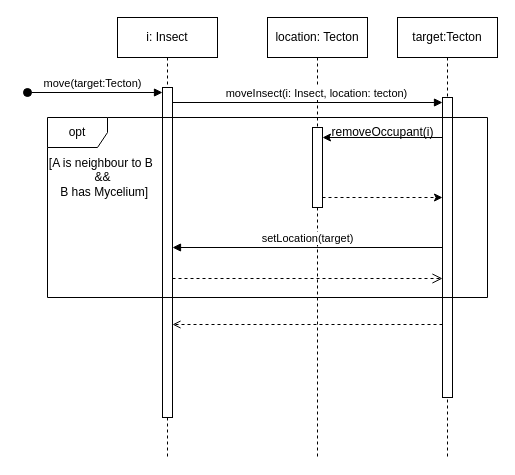
This is page "InsectMove" (9 of 12) of 5_szkeleton_terv/Szekvencia_Diagrammok.drawio from koharzsombor/bandITs, a draw.io file, before an edit. Source tidied: cells renumbered, new cells numbered last; positions are measured from the earlier drawing's top-left corner, leaving out a move shared by most shapes. Both pictures are drawn from the tidied source at 100%, with x=0, y=0 at pixel (27, 17).
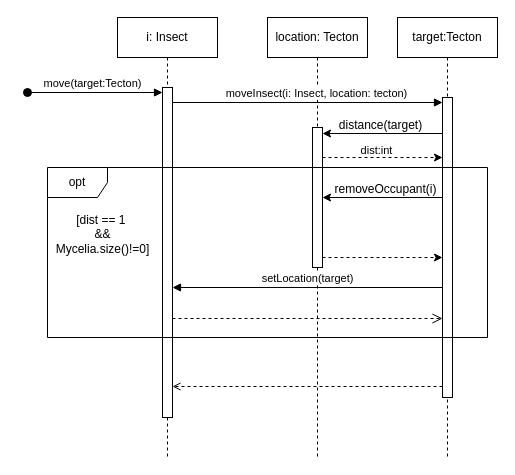
After the change.

Unchanged cells that the change refers to:
```xml
<mxCell id="3" style="html=1;points=[[0,0,0,0,5],[0,1,0,0,-5],[1,0,0,0,5],[1,1,0,0,-5]];perimeter=orthogonalPerimeter;outlineConnect=0;targetShapes=umlLifeline;portConstraint=eastwest;newEdgeStyle={&quot;curved&quot;:0,&quot;rounded&quot;:0};" parent="2" vertex="1">
  <mxGeometry x="45" y="70" width="10" height="330" as="geometry" />
</mxCell>
<mxCell id="5" value="location: Tecton" style="shape=umlLifeline;perimeter=lifelinePerimeter;whiteSpace=wrap;html=1;newEdgeStyle={&quot;curved&quot;:0,&quot;rounded&quot;:0};" parent="1" vertex="1">
  <mxGeometry x="240" width="100" height="440" as="geometry" />
</mxCell>
<mxCell id="8" style="html=1;points=[[0,0,0,0,5],[0,1,0,0,-5],[1,0,0,0,5],[1,1,0,0,-5]];perimeter=orthogonalPerimeter;outlineConnect=0;targetShapes=umlLifeline;portConstraint=eastwest;newEdgeStyle={&quot;curved&quot;:0,&quot;rounded&quot;:0};" parent="7" vertex="1">
  <mxGeometry x="45" y="80" width="10" height="300" as="geometry" />
</mxCell>
```

The edit, as a diff of the source:
```diff
@@
     <mxCell id="6" style="html=1;perimeter=orthogonalPerimeter;targetShapes=umlLifeline;newEdgeStyle={&quot;curved&quot;:0,&quot;rounded&quot;:0};" parent="5" vertex="1">
-      <mxGeometry x="45" y="110" width="10" height="80" as="geometry" />
+      <mxGeometry x="45" y="110" width="10" height="140" as="geometry" />
     </mxCell>
@@
-    <mxCell id="9" value="setLocation(target)" style="html=1;verticalAlign=bottom;endArrow=block;curved=0;rounded=0;" parent="1" edge="1" source="8" target="3">
-      <mxGeometry relative="1" as="geometry" />
+    <mxCell id="9" value="setLocation(target)" style="html=1;verticalAlign=bottom;endArrow=block;curved=0;rounded=0;" parent="1" edge="1">
+      <mxGeometry relative="1" as="geometry">
+        <mxPoint x="415" y="270" as="sourcePoint" />
+        <mxPoint x="145" y="270" as="targetPoint" />
+      </mxGeometry>
     </mxCell>
     <mxCell id="10" style="html=1;verticalAlign=bottom;endArrow=open;dashed=1;endSize=8;curved=0;rounded=0;" parent="1" edge="1">
       <mxGeometry relative="1" as="geometry">
-        <mxPoint x="145" y="261" as="sourcePoint" />
-        <mxPoint x="415" y="261" as="targetPoint" />
+        <mxPoint x="145" y="301" as="sourcePoint" />
+        <mxPoint x="415" y="301" as="targetPoint" />
       </mxGeometry>
     </mxCell>
     <mxCell id="11" value="opt" style="shape=umlFrame;whiteSpace=wrap;html=1;" parent="1" vertex="1">
-      <mxGeometry x="20" y="100" width="440" height="180" as="geometry" />
+      <mxGeometry x="20" y="150" width="440" height="170" as="geometry" />
     </mxCell>
-    <mxCell id="12" value="[A is neighbour to B&amp;nbsp;&lt;div&gt;&amp;amp;&amp;amp;&lt;/div&gt;&lt;div&gt;&amp;nbsp;B has Mycelium]&lt;/div&gt;" style="text;html=1;align=center;verticalAlign=middle;strokeColor=none;fillColor=none;" parent="1" vertex="1">
-      <mxGeometry x="10" y="130" width="130" height="60" as="geometry" />
+    <mxCell id="12" value="[dist == 1&amp;nbsp;&lt;div&gt;&amp;amp;&amp;amp;&lt;/div&gt;&lt;div&gt;Mycelia.size()!=0]&lt;/div&gt;" style="text;html=1;align=center;verticalAlign=middle;strokeColor=none;fillColor=none;" parent="1" vertex="1">
+      <mxGeometry x="15" y="187" width="120" height="60" as="geometry" />
     </mxCell>
@@
     <mxCell id="14" style="endArrow=classic;html=1;rounded=0;" parent="1" edge="1">
       <mxGeometry relative="1" as="geometry">
-        <mxPoint x="415" y="120" as="sourcePoint" />
-        <mxPoint x="295" y="120" as="targetPoint" />
+        <mxPoint x="415" y="180" as="sourcePoint" />
+        <mxPoint x="295" y="180" as="targetPoint" />
       </mxGeometry>
     </mxCell>
     <mxCell id="15" style="endArrow=classic;html=1;rounded=0;dashed=1;" parent="1" edge="1">
       <mxGeometry relative="1" as="geometry">
-        <mxPoint x="295" y="180" as="sourcePoint" />
-        <mxPoint x="415" y="180" as="targetPoint" />
+        <mxPoint x="295" y="240" as="sourcePoint" />
+        <mxPoint x="415" y="240" as="targetPoint" />
       </mxGeometry>
     </mxCell>
+    <mxCell id="17" style="endArrow=open;html=1;rounded=0;dashed=1;endFill=0;" parent="1" edge="1">
+      <mxGeometry relative="1" as="geometry">
+        <mxPoint x="415" y="369" as="sourcePoint" />
+        <mxPoint x="145" y="369" as="targetPoint" />
+      </mxGeometry>
+    </mxCell>
+    <mxCell id="18" style="endArrow=classic;html=1;rounded=0;" parent="1" edge="1">
+      <mxGeometry relative="1" as="geometry">
+        <mxPoint x="415" y="116" as="sourcePoint" />
+        <mxPoint x="295" y="116" as="targetPoint" />
+      </mxGeometry>
+    </mxCell>
     <mxCell id="16" value="removeOccupant(i)" style="text;html=1;align=center;verticalAlign=middle;strokeColor=none;fillColor=none;" parent="1" vertex="1">
-      <mxGeometry x="290" y="100" width="130" height="30" as="geometry" />
+      <mxGeometry x="293" y="157" width="130" height="30" as="geometry" />
     </mxCell>
-    <mxCell id="17" style="endArrow=open;html=1;rounded=0;dashed=1;endFill=0;" parent="1" edge="1">
-      <mxGeometry relative="1" as="geometry">
-        <mxPoint x="415" y="307" as="sourcePoint" />
-        <mxPoint x="145" y="307" as="targetPoint" />
-      </mxGeometry>
-    </mxCell>
+    <mxCell id="19" style="endArrow=classic;html=1;rounded=0;dashed=1;" parent="1" edge="1">
+      <mxGeometry relative="1" as="geometry">
+        <mxPoint x="295" y="140" as="sourcePoint" />
+        <mxPoint x="415" y="140" as="targetPoint" />
+      </mxGeometry>
+    </mxCell>
+    <mxCell id="20" value="dist:int" style="edgeLabel;html=1;align=center;verticalAlign=middle;" parent="19" vertex="1">
+      <mxGeometry x="-0.25" y="1" relative="1" as="geometry">
+        <mxPoint x="8" y="-7" as="offset" />
+      </mxGeometry>
+    </mxCell>
+    <mxCell id="21" value="distance(target)" style="text;html=1;align=center;verticalAlign=middle;strokeColor=none;fillColor=none;" parent="1" vertex="1">
+      <mxGeometry x="298" y="93" width="110" height="30" as="geometry" />
+    </mxCell>
```
